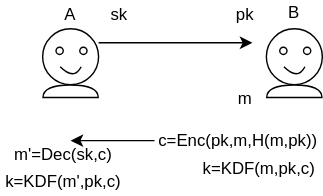
Before: images/lec-mlkem.drawio.svg, a diagram exported from draw.io (herumi/lecture-crypto). Source tidied: cells renumbered, new cells last; positions are measured from the earlier drawing's top-left corner, leaving out a move shared by most shapes.
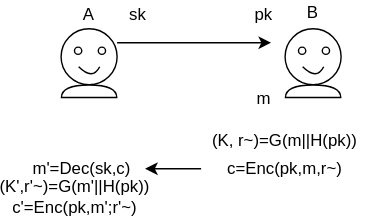
The same diagram one commit later.

Change to the diagram source:
```diff
@@ -65,22 +65,20 @@
     <mxCell id="17" value="m" style="text;html=1;strokeColor=none;fillColor=none;align=center;verticalAlign=middle;whiteSpace=wrap;rounded=0;" parent="1" vertex="1">
       <mxGeometry x="160" y="60" width="30" height="20" as="geometry" />
     </mxCell>
-    <mxCell id="18" style="edgeStyle=none;html=1;exitX=0;exitY=0.5;exitDx=0;exitDy=0;" parent="1" edge="1" source="19">
-      <mxGeometry relative="1" as="geometry">
-        <mxPoint x="50" y="100" as="targetPoint" />
-      </mxGeometry>
+    <mxCell id="18" style="edgeStyle=none;html=1;exitX=0;exitY=0.5;exitDx=0;exitDy=0;entryX=1;entryY=0.5;entryDx=0;entryDy=0;" parent="1" edge="1" source="19" target="21">
+      <mxGeometry relative="1" as="geometry" />
     </mxCell>
-    <mxCell id="19" value="c=Enc(pk,m,H(m,pk))" style="text;html=1;strokeColor=none;fillColor=none;align=center;verticalAlign=middle;whiteSpace=wrap;rounded=0;" parent="1" vertex="1">
-      <mxGeometry x="110" y="90" width="120" height="20" as="geometry" />
+    <mxCell id="19" value="c=Enc(pk,m,r~)" style="text;html=1;strokeColor=none;fillColor=none;align=center;verticalAlign=middle;whiteSpace=wrap;rounded=0;" parent="1" vertex="1">
+      <mxGeometry x="130" y="110" width="120" height="20" as="geometry" />
     </mxCell>
-    <mxCell id="20" value="k=KDF(m,pk,c)" style="text;html=1;strokeColor=none;fillColor=none;align=center;verticalAlign=middle;whiteSpace=wrap;rounded=0;" parent="1" vertex="1">
-      <mxGeometry x="140" y="110" width="90" height="20" as="geometry" />
+    <mxCell id="20" value="(K, r~)=G(m||H(pk))" style="text;html=1;strokeColor=none;fillColor=none;align=center;verticalAlign=middle;whiteSpace=wrap;rounded=0;" parent="1" vertex="1">
+      <mxGeometry x="130" y="90" width="120" height="20" as="geometry" />
     </mxCell>
     <mxCell id="21" value="m'=Dec(sk,c)" style="text;html=1;strokeColor=none;fillColor=none;align=center;verticalAlign=middle;whiteSpace=wrap;rounded=0;" parent="1" vertex="1">
-      <mxGeometry y="100" width="90" height="20" as="geometry" />
+      <mxGeometry y="110" width="90" height="20" as="geometry" />
     </mxCell>
-    <mxCell id="22" value="k=KDF(m',pk,c)" style="text;html=1;strokeColor=none;fillColor=none;align=center;verticalAlign=middle;whiteSpace=wrap;rounded=0;" parent="1" vertex="1">
-      <mxGeometry y="120" width="90" height="20" as="geometry" />
+    <mxCell id="22" value="(K',r'~)=G(m'||H(pk))&lt;div&gt;c'=Enc(pk,m';r'~)&lt;/div&gt;" style="text;html=1;strokeColor=none;fillColor=none;align=center;verticalAlign=middle;whiteSpace=wrap;rounded=0;" parent="1" vertex="1">
+      <mxGeometry x="-10" y="130" width="100" height="20" as="geometry" />
     </mxCell>
   </root>
 </mxGraphModel>
```
